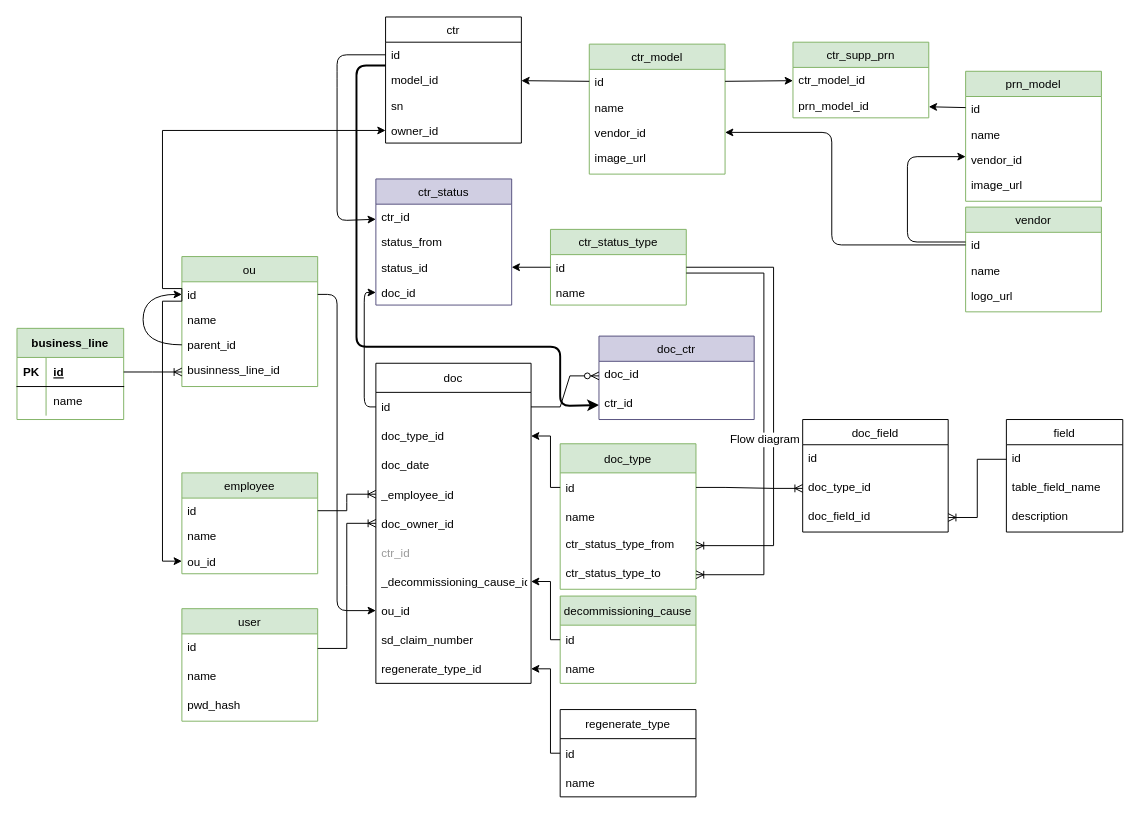
Earlier version of the draw.io diagram page "Ent relationship" (1 of 2) of docs/cartridge_accounting.drawio (IgorTkachuk/caartridge_accounting). Source tidied: cells renumbered, new cells numbered last; positions are measured from the earlier drawing's top-left corner, leaving out a move shared by most shapes. Both pictures are drawn from the tidied source at 97%, with x=0, y=0 at pixel (16, 16).
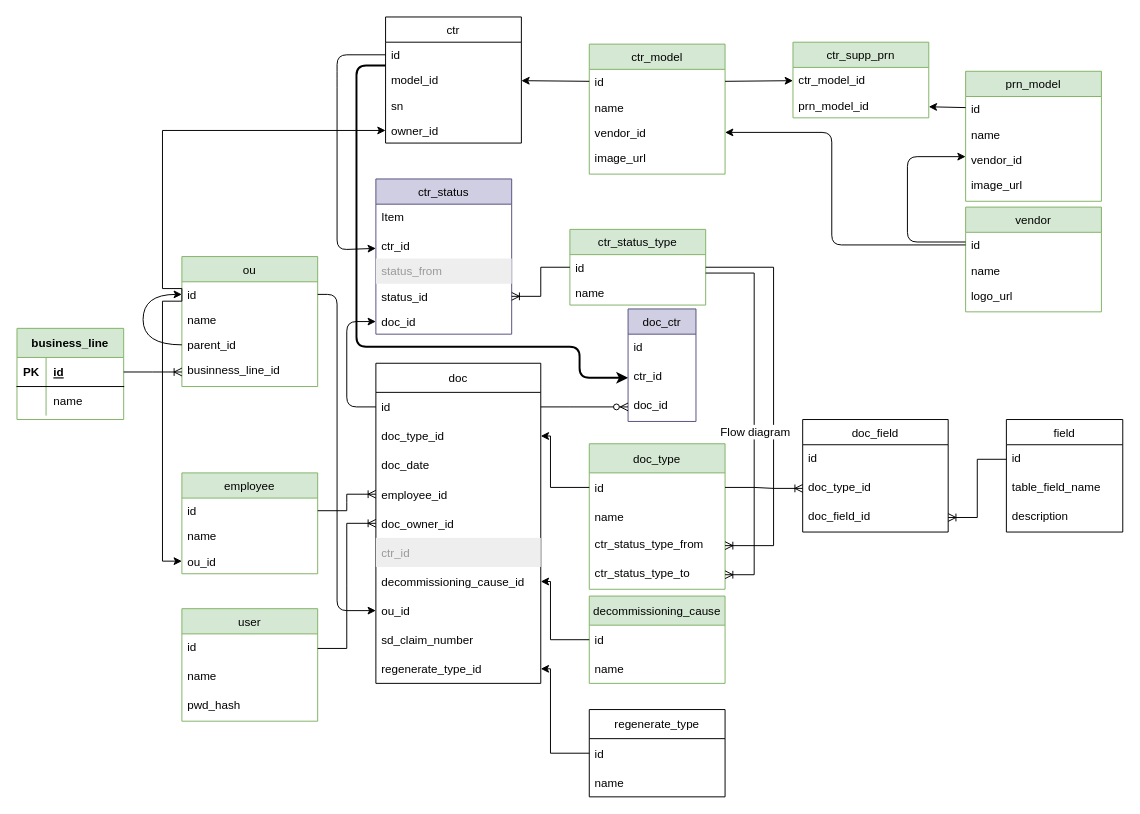
Above is the later version.

Unchanged cells that the change refers to:
```xml
<mxCell id="3" value="id" style="text;strokeColor=none;fillColor=none;align=left;verticalAlign=top;spacingLeft=4;spacingRight=4;overflow=hidden;points=[[0,0.5],[1,0.5]];portConstraint=eastwest;" parent="2" vertex="1">
  <mxGeometry y="26" width="140" height="26" as="geometry" />
</mxCell>
<mxCell id="33" value="id" style="text;strokeColor=none;fillColor=none;align=left;verticalAlign=top;spacingLeft=4;spacingRight=4;overflow=hidden;points=[[0,0.5],[1,0.5]];portConstraint=eastwest;" parent="32" vertex="1">
  <mxGeometry y="26" width="140" height="26" as="geometry" />
</mxCell>
<mxCell id="66" value="ctr_status_type_from" style="text;strokeColor=none;fillColor=none;spacingLeft=4;spacingRight=4;overflow=hidden;points=[[0,0.5],[1,0.5]];portConstraint=eastwest;fontSize=12;" parent="63" vertex="1">
  <mxGeometry y="90" width="140" height="30" as="geometry" />
</mxCell>
<mxCell id="67" value="ctr_status_type_to" style="text;strokeColor=none;fillColor=none;spacingLeft=4;spacingRight=4;overflow=hidden;points=[[0,0.5],[1,0.5]];portConstraint=eastwest;fontSize=12;fontColor=#000000;" parent="63" vertex="1">
  <mxGeometry y="120" width="140" height="30" as="geometry" />
</mxCell>
```

What changed in the source:
```diff
@@
     <mxCell id="27" value="ctr_status" style="swimlane;fontStyle=0;horizontal=1;startSize=26;fillColor=#d0cee2;strokeColor=#56517e;" parent="1" vertex="1">
-      <mxGeometry x="370" y="167" width="140" height="130" as="geometry" />
+      <mxGeometry x="370" y="167" width="140" height="160" as="geometry" />
     </mxCell>
+    <mxCell id="111" value="Item" style="text;strokeColor=none;fillColor=none;spacingLeft=4;spacingRight=4;overflow=hidden;fontSize=12;fontColor=#000000;" parent="27" vertex="1">
+      <mxGeometry y="26" width="140" height="30" as="geometry" />
+    </mxCell>
     <mxCell id="28" value="ctr_id" style="text;strokeColor=none;fillColor=none;align=left;verticalAlign=top;spacingLeft=4;spacingRight=4;overflow=hidden;points=[[0,0.5],[1,0.5]];portConstraint=eastwest;" parent="27" vertex="1">
-      <mxGeometry y="26" width="140" height="26" as="geometry" />
+      <mxGeometry y="56" width="140" height="26" as="geometry" />
     </mxCell>
-    <mxCell id="29" value="status_from" style="text;strokeColor=none;fillColor=none;align=left;verticalAlign=top;spacingLeft=4;spacingRight=4;overflow=hidden;" parent="27" vertex="1">
-      <mxGeometry y="52" width="140" height="26" as="geometry" />
+    <mxCell id="29" value="status_from" style="text;strokeColor=none;fillColor=#eeeeee;align=left;verticalAlign=top;spacingLeft=4;spacingRight=4;overflow=hidden;fontColor=#999999;" parent="27" vertex="1">
+      <mxGeometry y="82" width="140" height="26" as="geometry" />
     </mxCell>
     <mxCell id="30" value="status_id" style="text;strokeColor=none;fillColor=none;align=left;verticalAlign=top;spacingLeft=4;spacingRight=4;overflow=hidden;points=[[0,0.5],[1,0.5]];portConstraint=eastwest;" parent="27" vertex="1">
-      <mxGeometry y="78" width="140" height="26" as="geometry" />
+      <mxGeometry y="108" width="140" height="26" as="geometry" />
     </mxCell>
     <mxCell id="31" value="doc_id" style="text;strokeColor=none;fillColor=none;align=left;verticalAlign=top;spacingLeft=4;spacingRight=4;overflow=hidden;points=[[0,0.5],[1,0.5]];portConstraint=eastwest;" parent="27" vertex="1">
-      <mxGeometry y="104" width="140" height="26" as="geometry" />
+      <mxGeometry y="134" width="140" height="26" as="geometry" />
     </mxCell>
     <mxCell id="32" value="ctr_status_type" style="swimlane;fontStyle=0;horizontal=1;startSize=26;fillColor=#d5e8d4;strokeColor=#82b366;" parent="1" vertex="1">
-      <mxGeometry x="550" y="219" width="140" height="78" as="geometry" />
+      <mxGeometry x="570" y="219" width="140" height="78" as="geometry" />
     </mxCell>
@@
-    <mxCell id="35" style="endArrow=classic;html=1;" parent="1" edge="1" source="33" target="30">
-      <mxGeometry relative="1" as="geometry" />
-    </mxCell>
     <mxCell id="36" style="endArrow=classic;html=1;" parent="1" edge="1" source="3" target="28">
       <mxGeometry relative="1" as="geometry">
         <Array as="points">
           <mxPoint x="330" y="39" />
           <mxPoint x="330" y="63" />
-          <mxPoint x="330" y="210" />
+          <mxPoint x="330" y="240" />
         </Array>
       </mxGeometry>
     </mxCell>
@@
     <mxCell id="52" value="doc" style="swimlane;fontStyle=0;horizontal=1;startSize=30;" parent="1" vertex="1">
-      <mxGeometry x="370" y="357" width="160" height="330" as="geometry" />
+      <mxGeometry x="370" y="357" width="170" height="330" as="geometry" />
     </mxCell>
     <mxCell id="53" value="id" style="text;strokeColor=none;fillColor=none;align=left;verticalAlign=middle;spacingLeft=4;spacingRight=4;overflow=hidden;points=[[0,0.5],[1,0.5]];portConstraint=eastwest;" parent="52" vertex="1">
-      <mxGeometry y="30" width="160" height="30" as="geometry" />
+      <mxGeometry y="30" width="170" height="30" as="geometry" />
     </mxCell>
     <mxCell id="54" value="doc_type_id" style="text;strokeColor=none;fillColor=none;align=left;verticalAlign=middle;spacingLeft=4;spacingRight=4;overflow=hidden;points=[[0,0.5],[1,0.5]];portConstraint=eastwest;" parent="52" vertex="1">
-      <mxGeometry y="60" width="160" height="30" as="geometry" />
+      <mxGeometry y="60" width="170" height="30" as="geometry" />
     </mxCell>
     <mxCell id="55" value="doc_date" style="text;strokeColor=none;fillColor=none;align=left;verticalAlign=middle;spacingLeft=4;spacingRight=4;overflow=hidden;" parent="52" vertex="1">
-      <mxGeometry y="90" width="160" height="30" as="geometry" />
+      <mxGeometry y="90" width="170" height="30" as="geometry" />
     </mxCell>
-    <mxCell id="56" value="_employee_id" style="text;strokeColor=none;fillColor=none;align=left;verticalAlign=middle;spacingLeft=4;spacingRight=4;overflow=hidden;points=[[0,0.5],[1,0.5]];portConstraint=eastwest;" parent="52" vertex="1">
-      <mxGeometry y="120" width="160" height="30" as="geometry" />
+    <mxCell id="56" value="employee_id" style="text;strokeColor=none;fillColor=none;align=left;verticalAlign=middle;spacingLeft=4;spacingRight=4;overflow=hidden;points=[[0,0.5],[1,0.5]];portConstraint=eastwest;" parent="52" vertex="1">
+      <mxGeometry y="120" width="170" height="30" as="geometry" />
     </mxCell>
     <mxCell id="57" value="doc_owner_id" style="text;strokeColor=none;fillColor=none;align=left;verticalAlign=middle;spacingLeft=4;spacingRight=4;overflow=hidden;points=[[0,0.5],[1,0.5]];portConstraint=eastwest;" parent="52" vertex="1">
-      <mxGeometry y="150" width="160" height="30" as="geometry" />
+      <mxGeometry y="150" width="170" height="30" as="geometry" />
     </mxCell>
-    <mxCell id="58" value="ctr_id" style="text;strokeColor=none;fillColor=none;align=left;verticalAlign=middle;spacingLeft=4;spacingRight=4;overflow=hidden;fontColor=#999999;" parent="52" vertex="1">
-      <mxGeometry y="180" width="160" height="30" as="geometry" />
+    <mxCell id="58" value="ctr_id" style="text;strokeColor=none;fillColor=#eeeeee;align=left;verticalAlign=middle;spacingLeft=4;spacingRight=4;overflow=hidden;fontColor=#999999;" parent="52" vertex="1">
+      <mxGeometry y="180" width="170" height="30" as="geometry" />
     </mxCell>
-    <mxCell id="59" value="_decommissioning_cause_id" style="text;strokeColor=none;fillColor=none;align=left;verticalAlign=middle;spacingLeft=4;spacingRight=4;overflow=hidden;points=[[0,0.5],[1,0.5]];portConstraint=eastwest;" parent="52" vertex="1">
-      <mxGeometry y="210" width="160" height="30" as="geometry" />
+    <mxCell id="59" value="decommissioning_cause_id" style="text;strokeColor=none;fillColor=none;align=left;verticalAlign=middle;spacingLeft=4;spacingRight=4;overflow=hidden;points=[[0,0.5],[1,0.5]];portConstraint=eastwest;" parent="52" vertex="1">
+      <mxGeometry y="210" width="170" height="30" as="geometry" />
     </mxCell>
     <mxCell id="60" value="ou_id" style="text;strokeColor=none;fillColor=none;align=left;verticalAlign=middle;spacingLeft=4;spacingRight=4;overflow=hidden;points=[[0,0.5],[1,0.5]];portConstraint=eastwest;" parent="52" vertex="1">
-      <mxGeometry y="240" width="160" height="30" as="geometry" />
+      <mxGeometry y="240" width="170" height="30" as="geometry" />
     </mxCell>
     <mxCell id="61" value="sd_claim_number" style="text;strokeColor=none;fillColor=none;align=left;verticalAlign=middle;spacingLeft=4;spacingRight=4;overflow=hidden;" parent="52" vertex="1">
-      <mxGeometry y="270" width="160" height="30" as="geometry" />
+      <mxGeometry y="270" width="170" height="30" as="geometry" />
     </mxCell>
     <mxCell id="62" value="regenerate_type_id" style="text;strokeColor=none;fillColor=none;align=left;verticalAlign=middle;spacingLeft=4;spacingRight=4;overflow=hidden;points=[[0,0.5],[1,0.5]];portConstraint=eastwest;" parent="52" vertex="1">
-      <mxGeometry y="300" width="160" height="30" as="geometry" />
+      <mxGeometry y="300" width="170" height="30" as="geometry" />
     </mxCell>
     <mxCell id="63" value="doc_type" style="swimlane;fontStyle=0;horizontal=1;startSize=30;fillColor=#d5e8d4;strokeColor=#82b366;" parent="1" vertex="1">
-      <mxGeometry x="560" y="440" width="140" height="150" as="geometry" />
+      <mxGeometry x="590" y="440" width="140" height="150" as="geometry" />
     </mxCell>
@@
     <mxCell id="69" style="edgeStyle=orthogonalEdgeStyle;jettySize=auto;html=1;strokeWidth=2;strokeColor=default;rounded=1;entryX=0;entryY=0.5;entryDx=0;entryDy=0;" parent="1" edge="1" source="3" target="82">
       <mxGeometry relative="1" as="geometry">
         <Array as="points">
           <mxPoint x="350" y="50" />
           <mxPoint x="350" y="340" />
-          <mxPoint x="560" y="340" />
-          <mxPoint x="560" y="401" />
+          <mxPoint x="580" y="340" />
+          <mxPoint x="580" y="372" />
         </Array>
       </mxGeometry>
     </mxCell>
@@
     <mxCell id="71" value="decommissioning_cause" style="swimlane;fontStyle=0;horizontal=1;startSize=30;fillColor=#d5e8d4;strokeColor=#82b366;" parent="1" vertex="1">
-      <mxGeometry x="560" y="597" width="140" height="90" as="geometry" />
+      <mxGeometry x="590" y="597" width="140" height="90" as="geometry" />
     </mxCell>
@@
     <mxCell id="75" value="regenerate_type" style="swimlane;fontStyle=0;horizontal=1;startSize=30;" parent="1" vertex="1">
-      <mxGeometry x="560" y="714" width="140" height="90" as="geometry" />
+      <mxGeometry x="590" y="714" width="140" height="90" as="geometry" />
     </mxCell>
@@
     <mxCell id="79" style="edgeStyle=orthogonalEdgeStyle;jettySize=auto;html=1;exitX=0;exitY=0.5;exitDx=0;exitDy=0;entryX=0;entryY=0.5;entryDx=0;entryDy=0;fontSize=10;strokeColor=default;strokeWidth=1;rounded=1;" parent="1" edge="1" source="53" target="31">
       <mxGeometry relative="1" as="geometry">
         <Array as="points">
-          <mxPoint x="358" y="402" />
-          <mxPoint x="358" y="284" />
+          <mxPoint x="340" y="402" />
+          <mxPoint x="340" y="314" />
         </Array>
       </mxGeometry>
     </mxCell>
     <mxCell id="80" value="doc_ctr" style="swimlane;fontStyle=0;horizontal=1;startSize=26;align=center;fontSize=12;fillColor=#d0cee2;strokeColor=#56517e;" parent="1" vertex="1">
-      <mxGeometry x="600" y="329" width="160" height="86" as="geometry" />
+      <mxGeometry x="630" y="301" width="70" height="116" as="geometry" />
     </mxCell>
+    <mxCell id="112" value="id" style="text;strokeColor=none;fillColor=none;spacingLeft=4;spacingRight=4;overflow=hidden;fontSize=12;fontColor=#000000;" parent="80" vertex="1">
+      <mxGeometry y="26" width="70" height="30" as="geometry" />
+    </mxCell>
+    <mxCell id="82" value="ctr_id" style="text;strokeColor=none;fillColor=none;spacingLeft=4;spacingRight=4;overflow=hidden;points=[[0,0.5],[1,0.5]];portConstraint=eastwest;fontSize=12;" parent="80" vertex="1">
+      <mxGeometry y="56" width="70" height="30" as="geometry" />
+    </mxCell>
     <mxCell id="81" value="doc_id" style="text;strokeColor=none;fillColor=none;spacingLeft=4;spacingRight=4;overflow=hidden;points=[[0,0.5],[1,0.5]];portConstraint=eastwest;fontSize=12;" parent="80" vertex="1">
-      <mxGeometry y="26" width="160" height="30" as="geometry" />
+      <mxGeometry y="86" width="70" height="30" as="geometry" />
     </mxCell>
-    <mxCell id="82" value="ctr_id" style="text;strokeColor=none;fillColor=none;spacingLeft=4;spacingRight=4;overflow=hidden;points=[[0,0.5],[1,0.5]];portConstraint=eastwest;fontSize=12;" parent="80" vertex="1">
-      <mxGeometry y="56" width="160" height="30" as="geometry" />
-    </mxCell>
@@
     <mxCell id="98" style="edgeStyle=elbowEdgeStyle;fontSize=12;html=1;endArrow=ERoneToMany;rounded=0;" parent="1" edge="1" source="33" target="66">
       <mxGeometry relative="1" as="geometry">
         <Array as="points">
+          <mxPoint x="780" y="370" />
+          <mxPoint x="820" y="390" />
           <mxPoint x="780" y="440" />
           <mxPoint x="790" y="460" />
           <mxPoint x="780" y="400" />
         </Array>
       </mxGeometry>
     </mxCell>
     <mxCell id="99" style="edgeStyle=orthogonalEdgeStyle;fontSize=12;html=1;endArrow=ERoneToMany;rounded=0;shadow=0;fontColor=#000000;" parent="1" edge="1" source="33" target="67">
       <mxGeometry relative="1" as="geometry">
         <Array as="points">
-          <mxPoint x="770" y="264" />
-          <mxPoint x="770" y="575" />
+          <mxPoint x="760" y="264" />
+          <mxPoint x="760" y="575" />
         </Array>
       </mxGeometry>
     </mxCell>
@@
+    <mxCell id="35" style="edgeStyle=entityRelationEdgeStyle;fontSize=12;html=1;endArrow=ERoneToMany;rounded=0;fontColor=#000000;" parent="1" edge="1" source="33" target="30">
+      <mxGeometry relative="1" as="geometry" />
+    </mxCell>
```
